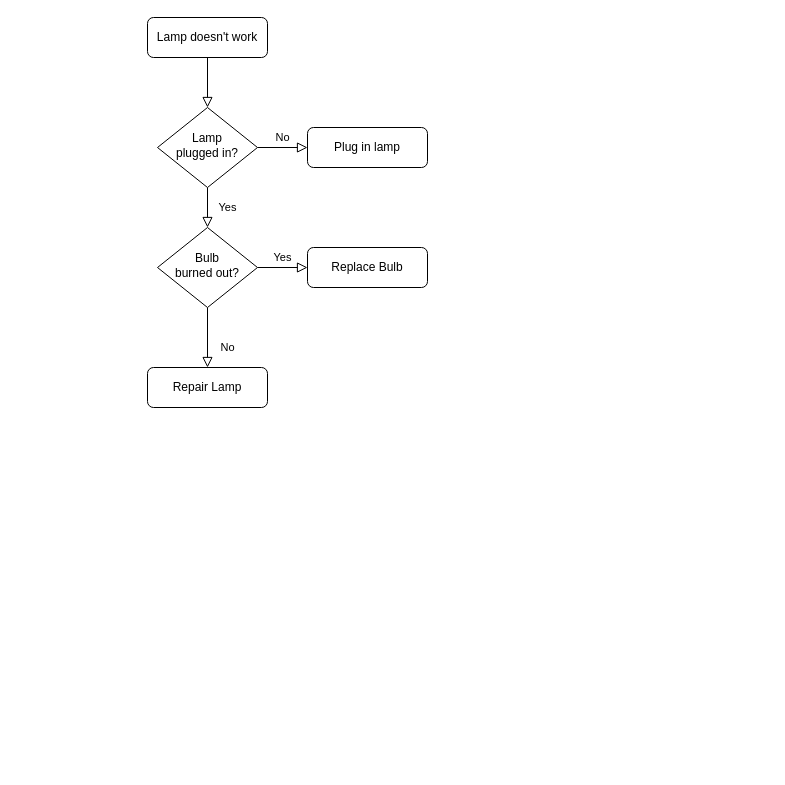
Earlier version of the draw.io diagram Untitled Diagram2.drawio (upuadhikari/html-pages). Source tidied: cells renumbered, new cells numbered last; positions are measured from the earlier drawing's top-left corner, leaving out a move shared by most shapes. Both pictures are drawn from the tidied source at 100%, with x=0, y=0 at pixel (147, 17).
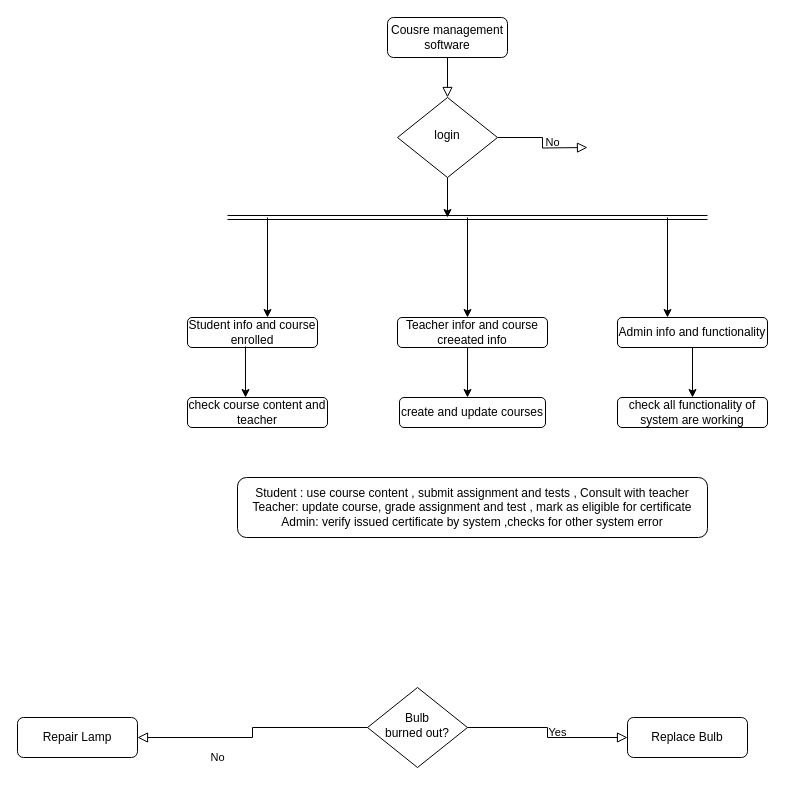
Above is the later version.

Change to the diagram source:
```diff
@@
-    <mxCell id="3" value="Lamp doesn't work" style="rounded=1;whiteSpace=wrap;html=1;fontSize=12;glass=0;strokeWidth=1;shadow=0;" parent="1" vertex="1">
-      <mxGeometry width="120" height="40" as="geometry" />
+    <mxCell id="3" value="Cousre management software" style="rounded=1;whiteSpace=wrap;html=1;fontSize=12;glass=0;strokeWidth=1;shadow=0;" parent="1" vertex="1">
+      <mxGeometry x="240" width="120" height="40" as="geometry" />
     </mxCell>
-    <mxCell id="4" value="Yes" style="rounded=0;html=1;jettySize=auto;fontSize=11;endArrow=block;endFill=0;endSize=8;strokeWidth=1;shadow=0;labelBackgroundColor=none;edgeStyle=orthogonalEdgeStyle;" parent="1" edge="1" source="6" target="10">
-      <mxGeometry y="20" relative="1" as="geometry" />
-    </mxCell>
-    <mxCell id="5" value="No" style="edgeStyle=orthogonalEdgeStyle;rounded=0;html=1;jettySize=auto;fontSize=11;endArrow=block;endFill=0;endSize=8;strokeWidth=1;shadow=0;labelBackgroundColor=none;" parent="1" edge="1" source="6" target="7">
-      <mxGeometry y="10" relative="1" as="geometry" />
+    <mxCell id="5" value="No" style="edgeStyle=orthogonalEdgeStyle;rounded=0;html=1;jettySize=auto;fontSize=11;endArrow=block;endFill=0;endSize=8;strokeWidth=1;shadow=0;labelBackgroundColor=none;" parent="1" edge="1" source="6">
+      <mxGeometry y="10" relative="1" as="geometry">
+        <mxPoint x="440" y="130" as="targetPoint" />
+      </mxGeometry>
     </mxCell>
-    <mxCell id="6" value="Lamp&lt;br&gt;plugged in?" style="rhombus;whiteSpace=wrap;html=1;shadow=0;fontFamily=Helvetica;fontSize=12;align=center;strokeWidth=1;spacing=6;spacingTop=-4;" parent="1" vertex="1">
-      <mxGeometry x="10" y="90" width="100" height="80" as="geometry" />
+    <mxCell id="6" value="login" style="rhombus;whiteSpace=wrap;html=1;shadow=0;fontFamily=Helvetica;fontSize=12;align=center;strokeWidth=1;spacing=6;spacingTop=-4;" parent="1" vertex="1">
+      <mxGeometry x="250" y="80" width="100" height="80" as="geometry" />
     </mxCell>
-    <mxCell id="7" value="Plug in lamp" style="rounded=1;whiteSpace=wrap;html=1;fontSize=12;glass=0;strokeWidth=1;shadow=0;" parent="1" vertex="1">
-      <mxGeometry x="160" y="110" width="120" height="40" as="geometry" />
-    </mxCell>
@@
     <mxCell id="10" value="Bulb&lt;br&gt;burned out?" style="rhombus;whiteSpace=wrap;html=1;shadow=0;fontFamily=Helvetica;fontSize=12;align=center;strokeWidth=1;spacing=6;spacingTop=-4;" parent="1" vertex="1">
-      <mxGeometry x="10" y="210" width="100" height="80" as="geometry" />
+      <mxGeometry x="220" y="670" width="100" height="80" as="geometry" />
     </mxCell>
     <mxCell id="11" value="Repair Lamp" style="rounded=1;whiteSpace=wrap;html=1;fontSize=12;glass=0;strokeWidth=1;shadow=0;" parent="1" vertex="1">
-      <mxGeometry y="350" width="120" height="40" as="geometry" />
+      <mxGeometry x="-130" y="700" width="120" height="40" as="geometry" />
     </mxCell>
     <mxCell id="12" value="Replace Bulb" style="rounded=1;whiteSpace=wrap;html=1;fontSize=12;glass=0;strokeWidth=1;shadow=0;" parent="1" vertex="1">
-      <mxGeometry x="160" y="230" width="120" height="40" as="geometry" />
+      <mxGeometry x="480" y="700" width="120" height="40" as="geometry" />
     </mxCell>
+    <mxCell id="13" style="shape=link;html=1;" parent="1" edge="1">
+      <mxGeometry relative="1" as="geometry">
+        <mxPoint x="80" y="200" as="sourcePoint" />
+        <mxPoint x="560" y="200" as="targetPoint" />
+      </mxGeometry>
+    </mxCell>
+    <mxCell id="14" style="endArrow=classic;html=1;exitX=0.5;exitY=1;exitDx=0;exitDy=0;" parent="1" edge="1" source="6">
+      <mxGeometry relative="1" as="geometry">
+        <mxPoint x="300" y="200" as="targetPoint" />
+        <Array as="points">
+          <mxPoint x="300" y="200" />
+        </Array>
+      </mxGeometry>
+    </mxCell>
+    <mxCell id="15" style="endArrow=classic;html=1;" parent="1" edge="1">
+      <mxGeometry relative="1" as="geometry">
+        <mxPoint x="120" y="200" as="sourcePoint" />
+        <mxPoint x="120" y="300" as="targetPoint" />
+      </mxGeometry>
+    </mxCell>
+    <mxCell id="16" style="endArrow=classic;html=1;" parent="1" edge="1">
+      <mxGeometry relative="1" as="geometry">
+        <mxPoint x="320" y="200" as="sourcePoint" />
+        <mxPoint x="320" y="300" as="targetPoint" />
+      </mxGeometry>
+    </mxCell>
+    <mxCell id="17" style="endArrow=classic;html=1;" parent="1" edge="1">
+      <mxGeometry relative="1" as="geometry">
+        <mxPoint x="520" y="200" as="sourcePoint" />
+        <mxPoint x="520" y="300" as="targetPoint" />
+      </mxGeometry>
+    </mxCell>
+    <mxCell id="18" value="&lt;div&gt;Student info and course enrolled&lt;/div&gt;" style="rounded=1;whiteSpace=wrap;html=1;" parent="1" vertex="1">
+      <mxGeometry x="40" y="300" width="130" height="30" as="geometry" />
+    </mxCell>
+    <mxCell id="19" value="Teacher infor and course creeated info" style="rounded=1;whiteSpace=wrap;html=1;" parent="1" vertex="1">
+      <mxGeometry x="250" y="300" width="150" height="30" as="geometry" />
+    </mxCell>
+    <mxCell id="20" value="Admin info and functionality" style="rounded=1;whiteSpace=wrap;html=1;" parent="1" vertex="1">
+      <mxGeometry x="470" y="300" width="150" height="30" as="geometry" />
+    </mxCell>
+    <mxCell id="21" style="endArrow=classic;html=1;exitX=0.446;exitY=0.967;exitDx=0;exitDy=0;exitPerimeter=0;" parent="1" edge="1" source="18">
+      <mxGeometry relative="1" as="geometry">
+        <mxPoint x="98" y="380" as="targetPoint" />
+      </mxGeometry>
+    </mxCell>
+    <mxCell id="22" value="check course content and teacher" style="rounded=1;whiteSpace=wrap;html=1;" parent="1" vertex="1">
+      <mxGeometry x="40" y="380" width="140" height="30" as="geometry" />
+    </mxCell>
+    <mxCell id="23" value="create and update courses" style="rounded=1;whiteSpace=wrap;html=1;" parent="1" vertex="1">
+      <mxGeometry x="252" y="380" width="146" height="30" as="geometry" />
+    </mxCell>
+    <mxCell id="24" value="check all functionality of system are working" style="rounded=1;whiteSpace=wrap;html=1;" parent="1" vertex="1">
+      <mxGeometry x="470" y="380" width="150" height="30" as="geometry" />
+    </mxCell>
+    <mxCell id="25" style="endArrow=classic;html=1;exitX=0.467;exitY=1;exitDx=0;exitDy=0;exitPerimeter=0;" parent="1" edge="1" source="19">
+      <mxGeometry relative="1" as="geometry">
+        <mxPoint x="320" y="380" as="targetPoint" />
+      </mxGeometry>
+    </mxCell>
+    <mxCell id="26" style="endArrow=classic;html=1;exitX=0.5;exitY=1;exitDx=0;exitDy=0;entryX=0.5;entryY=0;entryDx=0;entryDy=0;" parent="1" edge="1" source="20" target="24">
+      <mxGeometry relative="1" as="geometry" />
+    </mxCell>
+    <mxCell id="27" value="&lt;div&gt;Student : use course content , submit assignment and tests , Consult with teacher&lt;/div&gt;&lt;div&gt;Teacher: update course, grade assignment and test , mark as eligible for certificate&lt;/div&gt;&lt;div&gt;Admin: verify issued certificate by system ,checks for other system error &lt;br&gt;&lt;/div&gt;" style="rounded=1;whiteSpace=wrap;html=1;" parent="1" vertex="1">
+      <mxGeometry x="90" y="460" width="470" height="60" as="geometry" />
+    </mxCell>
```
